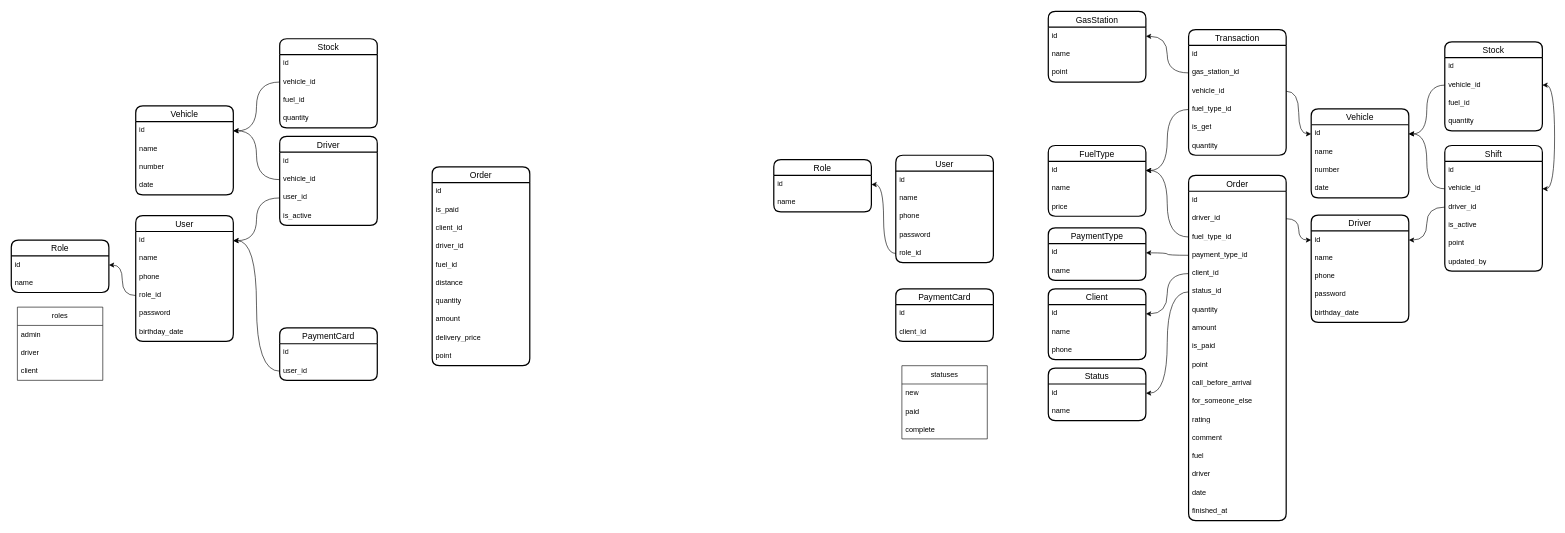
iztileuoff/databases keeps this draw.io diagram as uzneftgaz.drawio. Above is the earlier version. Source tidied: cells renumbered, new cells numbered last; positions are measured from the earlier drawing's top-left corner, leaving out a move shared by most shapes. Both pictures are drawn from the tidied source at 61%, with x=0, y=0 at pixel (11, 11).
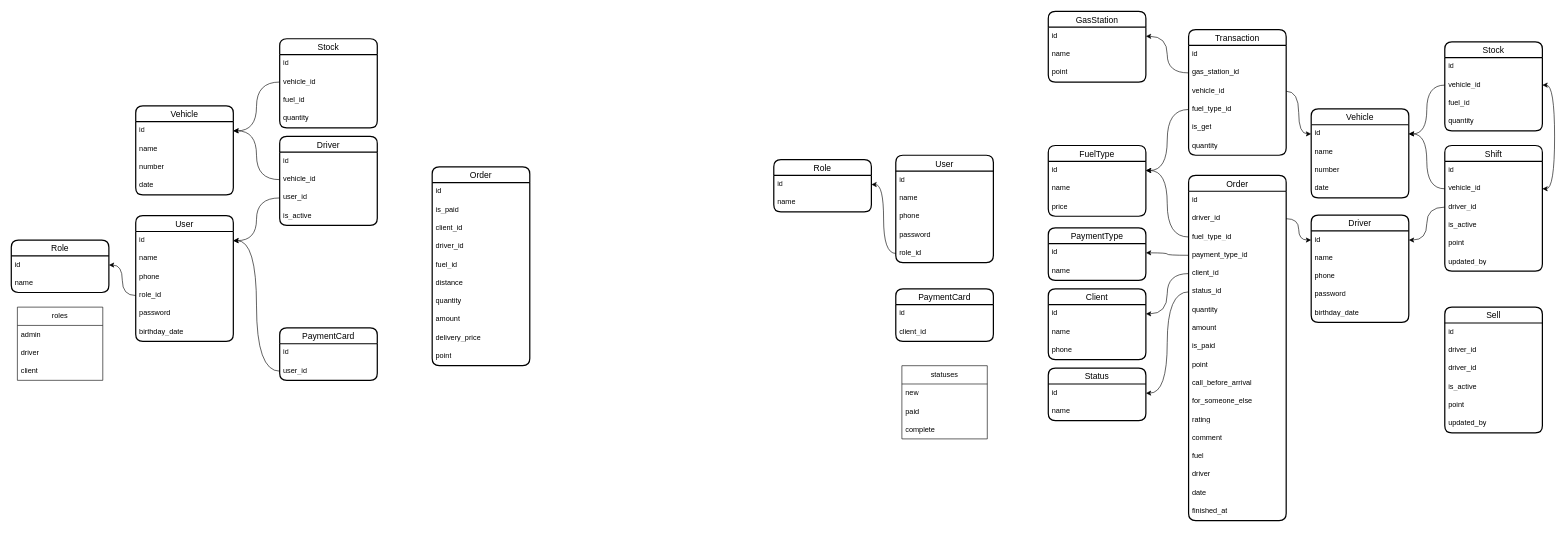
Above is the later version.

Diff of the diagram source:
```diff
@@
+    <mxCell id="146" value="Sell" style="swimlane;fontStyle=0;horizontal=1;startSize=26;align=center;fontSize=14;strokeWidth=2;rounded=1;shadow=0;glass=0;swimlaneLine=1;" parent="1" vertex="1">
+      <mxGeometry x="2350" y="485" width="160" height="206" as="geometry" />
+    </mxCell>
+    <mxCell id="147" value="id" style="text;strokeColor=none;fillColor=none;spacingLeft=4;spacingRight=4;overflow=hidden;fontSize=12;whiteSpace=wrap;html=1;" parent="146" vertex="1">
+      <mxGeometry y="26" width="160" height="30" as="geometry" />
+    </mxCell>
+    <mxCell id="148" value="driver_id" style="text;strokeColor=none;fillColor=none;spacingLeft=4;spacingRight=4;overflow=hidden;fontSize=12;whiteSpace=wrap;html=1;" parent="146" vertex="1">
+      <mxGeometry y="56" width="160" height="30" as="geometry" />
+    </mxCell>
+    <mxCell id="149" value="driver_id" style="text;strokeColor=none;fillColor=none;spacingLeft=4;spacingRight=4;overflow=hidden;fontSize=12;whiteSpace=wrap;html=1;" parent="146" vertex="1">
+      <mxGeometry y="86" width="160" height="30" as="geometry" />
+    </mxCell>
+    <mxCell id="150" value="is_active" style="text;strokeColor=none;fillColor=none;spacingLeft=4;spacingRight=4;overflow=hidden;fontSize=12;whiteSpace=wrap;html=1;" parent="146" vertex="1">
+      <mxGeometry y="116" width="160" height="30" as="geometry" />
+    </mxCell>
+    <mxCell id="151" value="point" style="text;strokeColor=none;fillColor=none;spacingLeft=4;spacingRight=4;overflow=hidden;fontSize=12;whiteSpace=wrap;html=1;" parent="146" vertex="1">
+      <mxGeometry y="146" width="160" height="30" as="geometry" />
+    </mxCell>
+    <mxCell id="152" value="updated_by" style="text;strokeColor=none;fillColor=none;spacingLeft=4;spacingRight=4;overflow=hidden;fontSize=12;whiteSpace=wrap;html=1;" parent="146" vertex="1">
+      <mxGeometry y="176" width="160" height="30" as="geometry" />
+    </mxCell>
```
